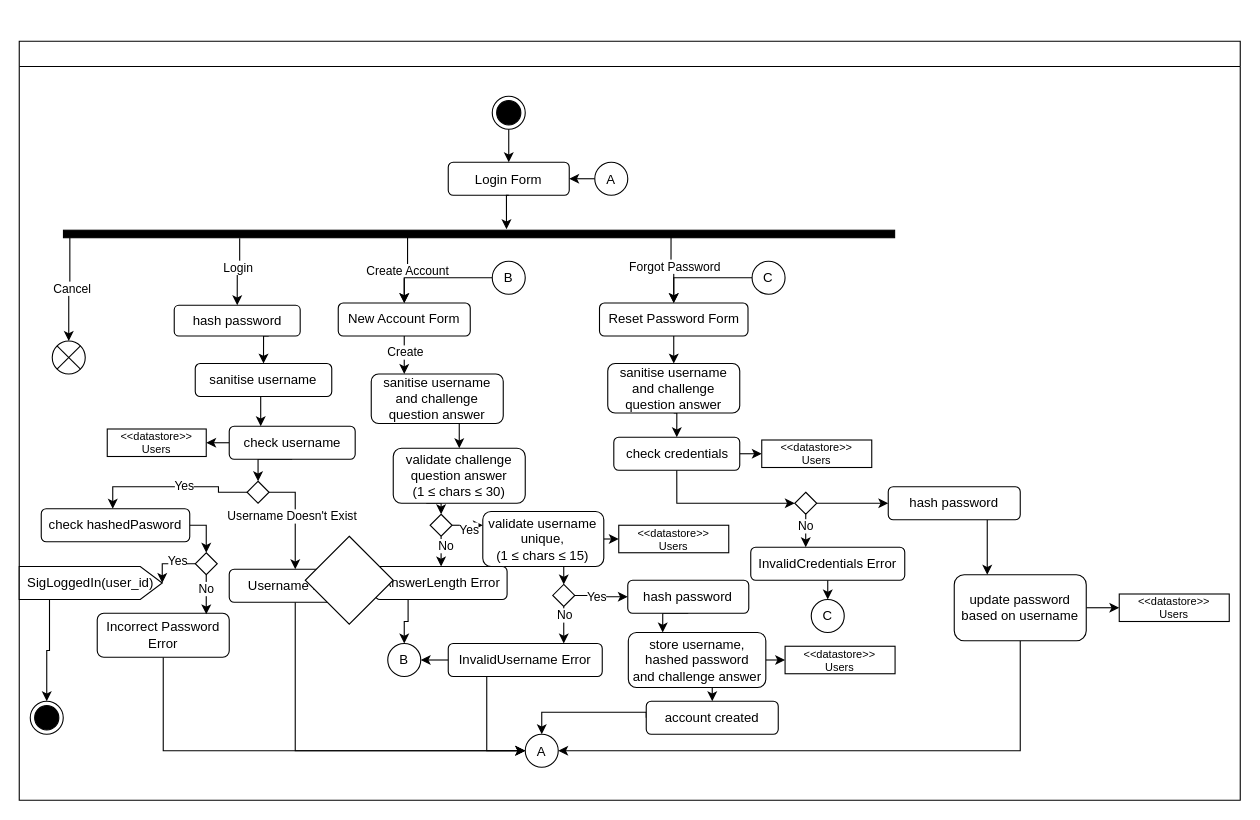
Above: Documentation/images/design/Login_System.drawio in JCSnelson/JSnelson-NEA (draw.io), before the change. Source tidied: cells renumbered, new cells numbered last; positions are measured from the earlier drawing's top-left corner, leaving out a move shared by most shapes. Both pictures are drawn from the tidied source at 110%, with x=0, y=0 at pixel (19, -183).
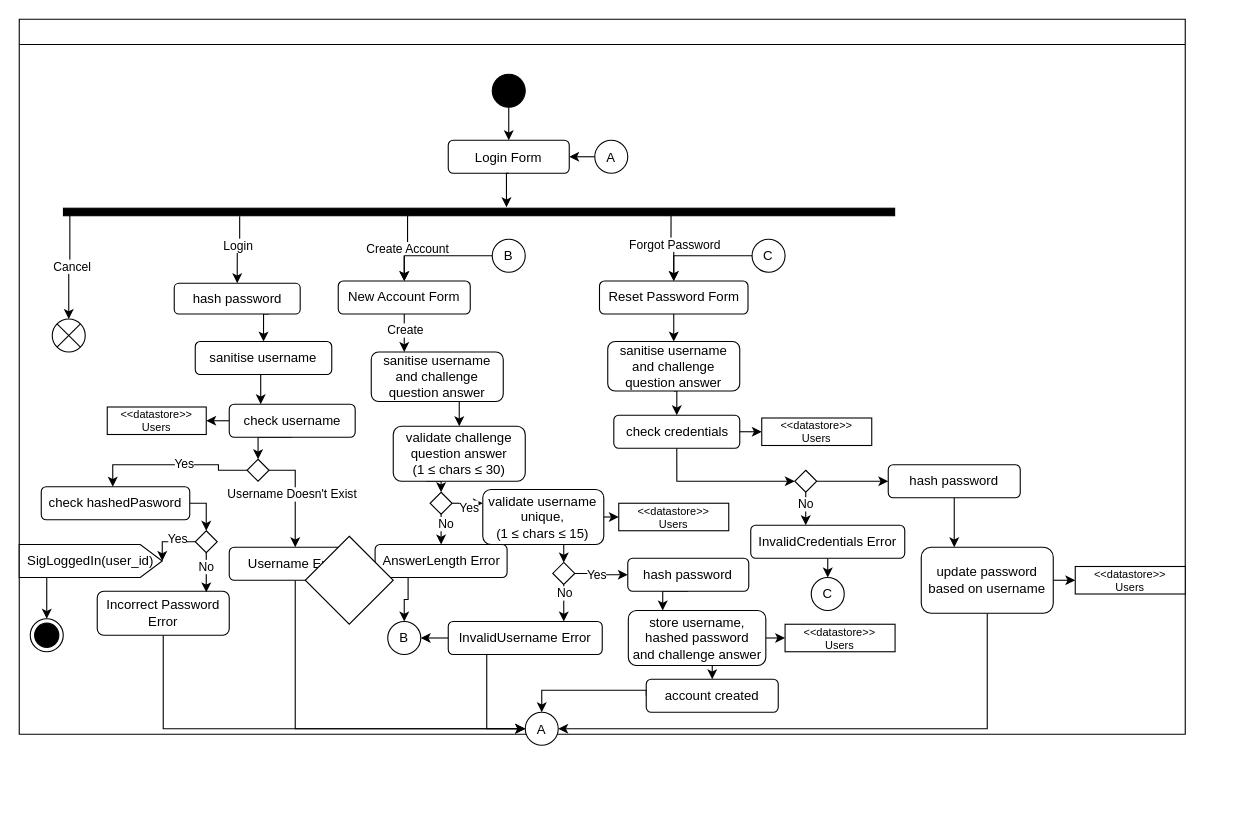
After the change.

The change refers to these unchanged cells:
```xml
<mxCell id="3" value="Login Form" style="rounded=1;" parent="2" vertex="1">
  <mxGeometry x="390" y="110" width="110" height="30" as="geometry" />
</mxCell>
<mxCell id="82" value="hash password" style="rounded=1;whiteSpace=wrap;html=1;" parent="2" vertex="1">
  <mxGeometry x="790" y="405" width="120" height="30" as="geometry" />
</mxCell>
```

The edit, as a diff of the source:
```diff
@@
     <mxCell id="2" style="swimlane;whiteSpace=wrap;" parent="1" vertex="1">
-      <mxGeometry y="203" width="1110" height="690" as="geometry" />
+      <mxGeometry y="183" width="1060" height="650" as="geometry" />
     </mxCell>
@@
     <mxCell id="25" style="ellipse;html=1;shape=endState;fillColor=strokeColor;" parent="2" vertex="1">
-      <mxGeometry x="10" y="600" width="30" height="30" as="geometry" />
+      <mxGeometry x="10" y="545" width="30" height="30" as="geometry" />
     </mxCell>
@@
-    <mxCell id="48" style="edgeStyle=orthogonalEdgeStyle;rounded=0;jettySize=auto;html=1;exitX=0.5;exitY=1;exitDx=0;exitDy=0;entryX=0.5;entryY=0;entryDx=0;entryDy=0;" parent="2" edge="1" source="49" target="3">
+    <mxCell id="48" style="edgeStyle=orthogonalEdgeStyle;rounded=0;jettySize=auto;html=1;exitX=0.5;exitY=1;exitDx=0;exitDy=0;entryX=0.5;entryY=0;entryDx=0;entryDy=0;" parent="2" edge="1" source="108" target="3">
       <mxGeometry relative="1" as="geometry" />
     </mxCell>
-    <mxCell id="49" style="ellipse;html=1;shape=endState;fillColor=strokeColor;" parent="2" vertex="1">
-      <mxGeometry x="430" y="50" width="30" height="30" as="geometry" />
-    </mxCell>
@@
-    <mxCell id="81" style="edgeStyle=orthogonalEdgeStyle;rounded=0;jettySize=auto;html=1;exitX=0.75;exitY=1;exitDx=0;exitDy=0;entryX=0.25;entryY=0;entryDx=0;entryDy=0;" parent="2" edge="1" source="82" target="94">
+    <mxCell id="81" style="edgeStyle=orthogonalEdgeStyle;rounded=0;jettySize=auto;html=1;exitX=0.5;exitY=1;exitDx=0;exitDy=0;entryX=0.25;entryY=0;entryDx=0;entryDy=0;" parent="2" edge="1" source="82" target="94">
       <mxGeometry relative="1" as="geometry" />
     </mxCell>
@@
     <mxCell id="94" value="update password based on username" style="rounded=1;whiteSpace=wrap;html=1;" parent="2" vertex="1">
-      <mxGeometry x="850" y="485" width="120" height="60" as="geometry" />
+      <mxGeometry x="820" y="480" width="120" height="60" as="geometry" />
     </mxCell>
@@
     <mxCell id="106" value="&lt;div style=&quot;font-size: 10px;&quot;&gt;&lt;font style=&quot;font-size: 10px;&quot;&gt;&amp;lt;&amp;lt;datastore&amp;gt;&amp;gt;&lt;/font&gt;&lt;/div&gt;&lt;div style=&quot;font-size: 10px;&quot;&gt;&lt;font style=&quot;font-size: 10px;&quot;&gt;Users&lt;br&gt;&lt;/font&gt;&lt;/div&gt;" style="rounded=0;whiteSpace=wrap;html=1;" parent="2" vertex="1">
-      <mxGeometry x="1000" y="502.5" width="100" height="25" as="geometry" />
+      <mxGeometry x="960" y="497.5" width="100" height="25" as="geometry" />
     </mxCell>
+    <mxCell id="108" style="ellipse;fillColor=strokeColor;html=1;" parent="2" vertex="1">
+      <mxGeometry x="430" y="50" width="30" height="30" as="geometry" />
+    </mxCell>
```
